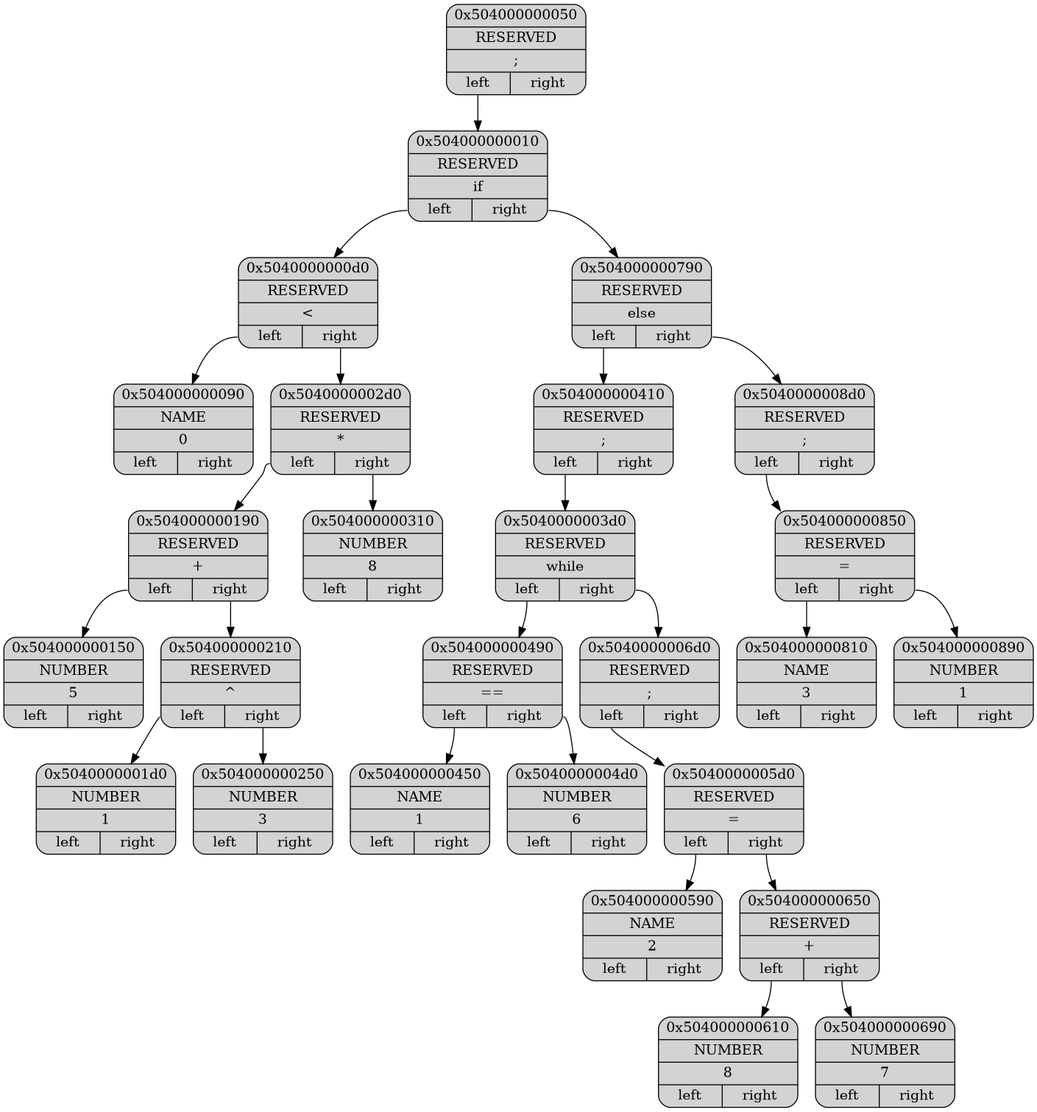
The Graphviz diagram Dump/dump.png in ashqqy/Language, before a commit. Its source is kept beside it as Dump/dump.dot.
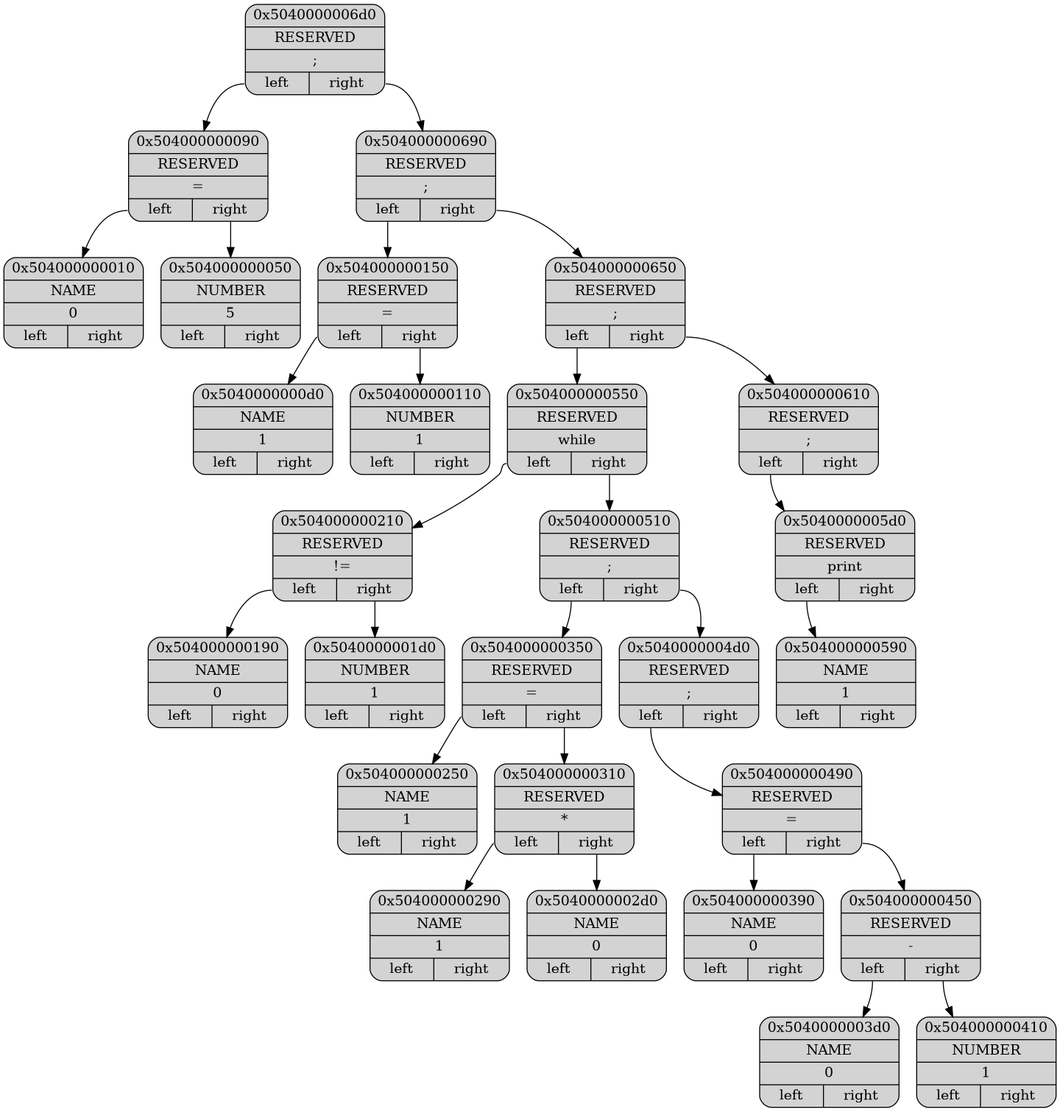
The same diagram one commit later.

Diff of the diagram source:
```diff
@@ -2,58 +2,60 @@
 {
 node[shape="record", style="rounded, filled"];
 
-p0x504000000050[label = "{ <ptr> 0x504000000050 | <type> RESERVED | <data> \; | { <l>left|<r>right } }"];
-p0x504000000010[label = "{ <ptr> 0x504000000010 | <type> RESERVED | <data> \if | { <l>left|<r>right } }"];
-p0x5040000000d0[label = "{ <ptr> 0x5040000000d0 | <type> RESERVED | <data> \< | { <l>left|<r>right } }"];
-p0x504000000090[label = "{ <ptr> 0x504000000090 | <type> NAME | <data> 0 | { <l>left|<r>right } }"];
-p0x5040000002d0[label = "{ <ptr> 0x5040000002d0 | <type> RESERVED | <data> \* | { <l>left|<r>right } }"];
-p0x504000000190[label = "{ <ptr> 0x504000000190 | <type> RESERVED | <data> \+ | { <l>left|<r>right } }"];
-p0x504000000150[label = "{ <ptr> 0x504000000150 | <type> NUMBER | <data> 5 | { <l>left|<r>right } }"];
-p0x504000000210[label = "{ <ptr> 0x504000000210 | <type> RESERVED | <data> \^ | { <l>left|<r>right } }"];
+p0x5040000006d0[label = "{ <ptr> 0x5040000006d0 | <type> RESERVED | <data> \; | { <l>left|<r>right } }"];
+p0x504000000090[label = "{ <ptr> 0x504000000090 | <type> RESERVED | <data> \= | { <l>left|<r>right } }"];
+p0x504000000010[label = "{ <ptr> 0x504000000010 | <type> NAME | <data> 0 | { <l>left|<r>right } }"];
+p0x504000000050[label = "{ <ptr> 0x504000000050 | <type> NUMBER | <data> 5 | { <l>left|<r>right } }"];
+p0x504000000690[label = "{ <ptr> 0x504000000690 | <type> RESERVED | <data> \; | { <l>left|<r>right } }"];
+p0x504000000150[label = "{ <ptr> 0x504000000150 | <type> RESERVED | <data> \= | { <l>left|<r>right } }"];
+p0x5040000000d0[label = "{ <ptr> 0x5040000000d0 | <type> NAME | <data> 1 | { <l>left|<r>right } }"];
+p0x504000000110[label = "{ <ptr> 0x504000000110 | <type> NUMBER | <data> 1 | { <l>left|<r>right } }"];
+p0x504000000650[label = "{ <ptr> 0x504000000650 | <type> RESERVED | <data> \; | { <l>left|<r>right } }"];
+p0x504000000550[label = "{ <ptr> 0x504000000550 | <type> RESERVED | <data> \while | { <l>left|<r>right } }"];
+p0x504000000210[label = "{ <ptr> 0x504000000210 | <type> RESERVED | <data> \!= | { <l>left|<r>right } }"];
+p0x504000000190[label = "{ <ptr> 0x504000000190 | <type> NAME | <data> 0 | { <l>left|<r>right } }"];
 p0x5040000001d0[label = "{ <ptr> 0x5040000001d0 | <type> NUMBER | <data> 1 | { <l>left|<r>right } }"];
-p0x504000000250[label = "{ <ptr> 0x504000000250 | <type> NUMBER | <data> 3 | { <l>left|<r>right } }"];
-p0x504000000310[label = "{ <ptr> 0x504000000310 | <type> NUMBER | <data> 8 | { <l>left|<r>right } }"];
-p0x504000000790[label = "{ <ptr> 0x504000000790 | <type> RESERVED | <data> \else | { <l>left|<r>right } }"];
-p0x504000000410[label = "{ <ptr> 0x504000000410 | <type> RESERVED | <data> \; | { <l>left|<r>right } }"];
-p0x5040000003d0[label = "{ <ptr> 0x5040000003d0 | <type> RESERVED | <data> \while | { <l>left|<r>right } }"];
-p0x504000000490[label = "{ <ptr> 0x504000000490 | <type> RESERVED | <data> \== | { <l>left|<r>right } }"];
-p0x504000000450[label = "{ <ptr> 0x504000000450 | <type> NAME | <data> 1 | { <l>left|<r>right } }"];
-p0x5040000004d0[label = "{ <ptr> 0x5040000004d0 | <type> NUMBER | <data> 6 | { <l>left|<r>right } }"];
-p0x5040000006d0[label = "{ <ptr> 0x5040000006d0 | <type> RESERVED | <data> \; | { <l>left|<r>right } }"];
-p0x5040000005d0[label = "{ <ptr> 0x5040000005d0 | <type> RESERVED | <data> \= | { <l>left|<r>right } }"];
-p0x504000000590[label = "{ <ptr> 0x504000000590 | <type> NAME | <data> 2 | { <l>left|<r>right } }"];
-p0x504000000650[label = "{ <ptr> 0x504000000650 | <type> RESERVED | <data> \+ | { <l>left|<r>right } }"];
-p0x504000000610[label = "{ <ptr> 0x504000000610 | <type> NUMBER | <data> 8 | { <l>left|<r>right } }"];
-p0x504000000690[label = "{ <ptr> 0x504000000690 | <type> NUMBER | <data> 7 | { <l>left|<r>right } }"];
-p0x5040000008d0[label = "{ <ptr> 0x5040000008d0 | <type> RESERVED | <data> \; | { <l>left|<r>right } }"];
-p0x504000000850[label = "{ <ptr> 0x504000000850 | <type> RESERVED | <data> \= | { <l>left|<r>right } }"];
-p0x504000000810[label = "{ <ptr> 0x504000000810 | <type> NAME | <data> 3 | { <l>left|<r>right } }"];
-p0x504000000890[label = "{ <ptr> 0x504000000890 | <type> NUMBER | <data> 1 | { <l>left|<r>right } }"];
+p0x504000000510[label = "{ <ptr> 0x504000000510 | <type> RESERVED | <data> \; | { <l>left|<r>right } }"];
+p0x504000000350[label = "{ <ptr> 0x504000000350 | <type> RESERVED | <data> \= | { <l>left|<r>right } }"];
+p0x504000000250[label = "{ <ptr> 0x504000000250 | <type> NAME | <data> 1 | { <l>left|<r>right } }"];
+p0x504000000310[label = "{ <ptr> 0x504000000310 | <type> RESERVED | <data> \* | { <l>left|<r>right } }"];
+p0x504000000290[label = "{ <ptr> 0x504000000290 | <type> NAME | <data> 1 | { <l>left|<r>right } }"];
+p0x5040000002d0[label = "{ <ptr> 0x5040000002d0 | <type> NAME | <data> 0 | { <l>left|<r>right } }"];
+p0x5040000004d0[label = "{ <ptr> 0x5040000004d0 | <type> RESERVED | <data> \; | { <l>left|<r>right } }"];
+p0x504000000490[label = "{ <ptr> 0x504000000490 | <type> RESERVED | <data> \= | { <l>left|<r>right } }"];
+p0x504000000390[label = "{ <ptr> 0x504000000390 | <type> NAME | <data> 0 | { <l>left|<r>right } }"];
+p0x504000000450[label = "{ <ptr> 0x504000000450 | <type> RESERVED | <data> \- | { <l>left|<r>right } }"];
+p0x5040000003d0[label = "{ <ptr> 0x5040000003d0 | <type> NAME | <data> 0 | { <l>left|<r>right } }"];
+p0x504000000410[label = "{ <ptr> 0x504000000410 | <type> NUMBER | <data> 1 | { <l>left|<r>right } }"];
+p0x504000000610[label = "{ <ptr> 0x504000000610 | <type> RESERVED | <data> \; | { <l>left|<r>right } }"];
+p0x5040000005d0[label = "{ <ptr> 0x5040000005d0 | <type> RESERVED | <data> \print | { <l>left|<r>right } }"];
+p0x504000000590[label = "{ <ptr> 0x504000000590 | <type> NAME | <data> 1 | { <l>left|<r>right } }"];
 
-p0x504000000050:<l> -> p0x504000000010
-p0x504000000010:<l> -> p0x5040000000d0
-p0x5040000000d0:<l> -> p0x504000000090
-p0x5040000000d0:<r> -> p0x5040000002d0
-p0x5040000002d0:<l> -> p0x504000000190
-p0x504000000190:<l> -> p0x504000000150
-p0x504000000190:<r> -> p0x504000000210
-p0x504000000210:<l> -> p0x5040000001d0
-p0x504000000210:<r> -> p0x504000000250
-p0x5040000002d0:<r> -> p0x504000000310
-p0x504000000010:<r> -> p0x504000000790
-p0x504000000790:<l> -> p0x504000000410
-p0x504000000410:<l> -> p0x5040000003d0
-p0x5040000003d0:<l> -> p0x504000000490
-p0x504000000490:<l> -> p0x504000000450
-p0x504000000490:<r> -> p0x5040000004d0
-p0x5040000003d0:<r> -> p0x5040000006d0
-p0x5040000006d0:<l> -> p0x5040000005d0
+p0x5040000006d0:<l> -> p0x504000000090
+p0x504000000090:<l> -> p0x504000000010
+p0x504000000090:<r> -> p0x504000000050
+p0x5040000006d0:<r> -> p0x504000000690
+p0x504000000690:<l> -> p0x504000000150
+p0x504000000150:<l> -> p0x5040000000d0
+p0x504000000150:<r> -> p0x504000000110
+p0x504000000690:<r> -> p0x504000000650
+p0x504000000650:<l> -> p0x504000000550
+p0x504000000550:<l> -> p0x504000000210
+p0x504000000210:<l> -> p0x504000000190
+p0x504000000210:<r> -> p0x5040000001d0
+p0x504000000550:<r> -> p0x504000000510
+p0x504000000510:<l> -> p0x504000000350
+p0x504000000350:<l> -> p0x504000000250
+p0x504000000350:<r> -> p0x504000000310
+p0x504000000310:<l> -> p0x504000000290
+p0x504000000310:<r> -> p0x5040000002d0
+p0x504000000510:<r> -> p0x5040000004d0
+p0x5040000004d0:<l> -> p0x504000000490
+p0x504000000490:<l> -> p0x504000000390
+p0x504000000490:<r> -> p0x504000000450
+p0x504000000450:<l> -> p0x5040000003d0
+p0x504000000450:<r> -> p0x504000000410
+p0x504000000650:<r> -> p0x504000000610
+p0x504000000610:<l> -> p0x5040000005d0
 p0x5040000005d0:<l> -> p0x504000000590
-p0x5040000005d0:<r> -> p0x504000000650
-p0x504000000650:<l> -> p0x504000000610
-p0x504000000650:<r> -> p0x504000000690
-p0x504000000790:<r> -> p0x5040000008d0
-p0x5040000008d0:<l> -> p0x504000000850
-p0x504000000850:<l> -> p0x504000000810
-p0x504000000850:<r> -> p0x504000000890
 }
```
